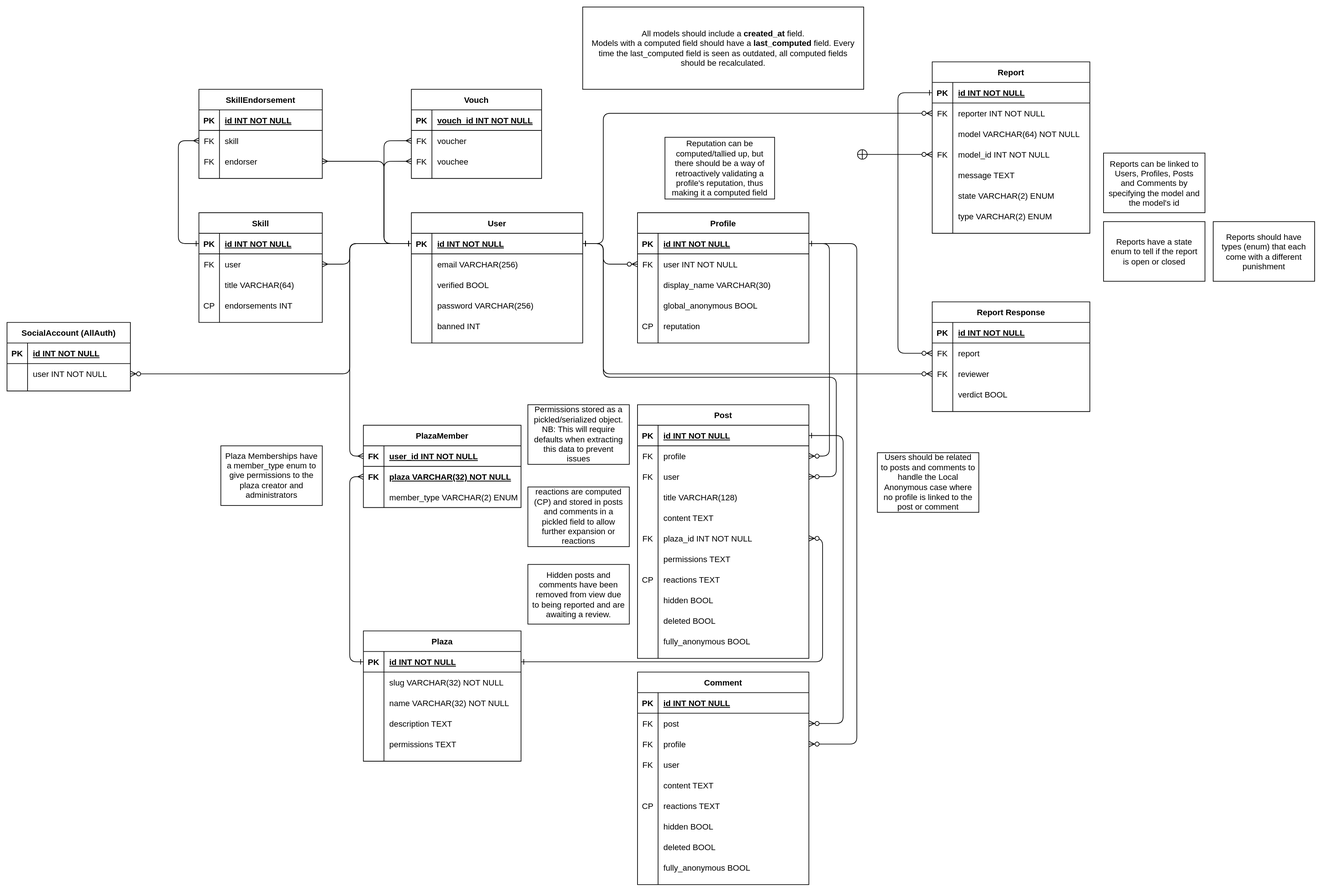
This is backend/docs/EconPlaza.svg from BenConstable9/ECMM427-Group-Development-Project-EconPlaza-Mirror, a draw.io export, as it was before one commit. Source tidied: cells renumbered, new cells last; positions are measured from the earlier drawing's top-left corner, leaving out a move shared by most shapes.
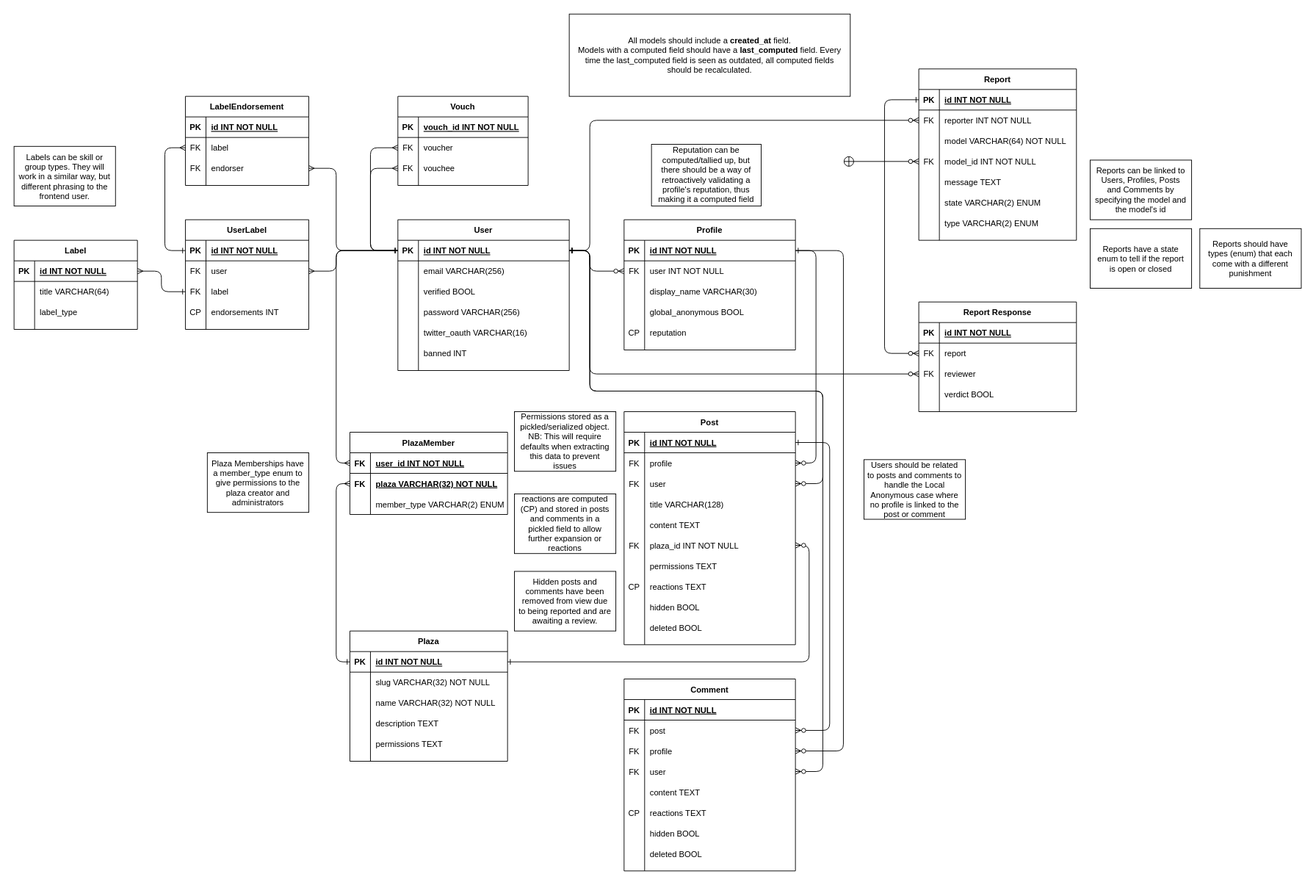
The same file after the commit.

Change to the diagram source:
```diff
@@ -62,7 +62,7 @@
       <mxGeometry x="30" width="220" height="30" as="geometry" />
     </mxCell>
     <mxCell id="20" value="Post" style="shape=table;startSize=30;rowLines=0;fontStyle=1;align=center;" parent="1" vertex="1">
-      <mxGeometry x="920" y="580" width="250" height="370" as="geometry" />
+      <mxGeometry x="920" y="580" width="250" height="340" as="geometry" />
     </mxCell>
     <mxCell id="21" style="shape=partialRectangle;fillColor=none;points=[[0,0.5],[1,0.5]];portConstraint=eastwest;top=0;left=0;right=0;bottom=1;" parent="20" vertex="1">
       <mxGeometry y="30" width="250" height="30" as="geometry" />
@@ -154,17 +154,8 @@
     <mxCell id="50" value="deleted BOOL" style="shape=partialRectangle;fillColor=none;top=0;left=0;bottom=0;right=0;align=left;spacingLeft=6;overflow=hidden;" parent="48" vertex="1">
       <mxGeometry x="30" width="220" height="30" as="geometry" />
     </mxCell>
-    <mxCell id="51" style="shape=partialRectangle;fillColor=none;top=0;left=0;bottom=0;right=0;" parent="20" vertex="1">
-      <mxGeometry y="330" width="250" height="30" as="geometry" />
-    </mxCell>
-    <mxCell id="52" style="shape=partialRectangle;fillColor=none;top=0;left=0;bottom=0;right=0;overflow=hidden;" parent="51" vertex="1">
-      <mxGeometry width="30" height="30" as="geometry" />
-    </mxCell>
-    <mxCell id="53" value="fully_anonymous BOOL" style="shape=partialRectangle;fillColor=none;top=0;left=0;bottom=0;right=0;align=left;spacingLeft=6;overflow=hidden;" parent="51" vertex="1">
-      <mxGeometry x="30" width="220" height="30" as="geometry" />
-    </mxCell>
     <mxCell id="54" value="User" style="shape=table;startSize=30;rowLines=0;fontStyle=1;align=center;" parent="1" vertex="1">
-      <mxGeometry x="590" y="300" width="250" height="190" as="geometry" />
+      <mxGeometry x="590" y="300" width="250" height="220" as="geometry" />
     </mxCell>
     <mxCell id="55" style="shape=partialRectangle;fillColor=none;points=[[0,0.5],[1,0.5]];portConstraint=eastwest;top=0;left=0;right=0;bottom=1;" parent="54" vertex="1">
       <mxGeometry y="30" width="250" height="30" as="geometry" />
@@ -202,8 +193,17 @@
     <mxCell id="66" value="password VARCHAR(256)" style="shape=partialRectangle;fillColor=none;top=0;left=0;bottom=0;right=0;align=left;spacingLeft=6;overflow=hidden;" parent="64" vertex="1">
       <mxGeometry x="30" width="220" height="30" as="geometry" />
     </mxCell>
+    <mxCell id="225" style="shape=partialRectangle;fillColor=none;top=0;left=0;bottom=0;right=0;" parent="54" vertex="1">
+      <mxGeometry y="150" width="250" height="30" as="geometry" />
+    </mxCell>
+    <mxCell id="226" style="shape=partialRectangle;fillColor=none;top=0;left=0;bottom=0;right=0;overflow=hidden;" parent="225" vertex="1">
+      <mxGeometry width="30" height="30" as="geometry" />
+    </mxCell>
+    <mxCell id="227" value="twitter_oauth VARCHAR(16)" style="shape=partialRectangle;fillColor=none;top=0;left=0;bottom=0;right=0;align=left;spacingLeft=6;overflow=hidden;" parent="225" vertex="1">
+      <mxGeometry x="30" width="220" height="30" as="geometry" />
+    </mxCell>
     <mxCell id="67" style="shape=partialRectangle;fillColor=none;top=0;left=0;bottom=0;right=0;" parent="54" vertex="1">
-      <mxGeometry y="150" width="250" height="30" as="geometry" />
+      <mxGeometry y="180" width="250" height="30" as="geometry" />
     </mxCell>
     <mxCell id="68" style="shape=partialRectangle;fillColor=none;top=0;left=0;bottom=0;right=0;overflow=hidden;" parent="67" vertex="1">
       <mxGeometry width="30" height="30" as="geometry" />
@@ -218,7 +218,7 @@
       <mxGeometry x="760" y="813" width="148" height="87" as="geometry" />
     </mxCell>
     <mxCell id="72" value="Plaza" style="shape=table;startSize=30;rowLines=0;fontStyle=1;align=center;strokeColor=default;" parent="1" vertex="1">
-      <mxGeometry x="520" y="910" width="230" height="190" as="geometry" />
+      <mxGeometry x="520" y="900" width="230" height="190" as="geometry" />
     </mxCell>
     <mxCell id="73" style="shape=partialRectangle;fillColor=none;top=0;left=0;bottom=1;right=0;points=[[0,0.5],[1,0.5]];portConstraint=eastwest;" parent="72" vertex="1">
       <mxGeometry y="30" width="230" height="30" as="geometry" />
@@ -356,7 +356,7 @@
       </mxGeometry>
     </mxCell>
     <mxCell id="113" value="Comment" style="shape=table;startSize=30;rowLines=0;fontStyle=1;align=center;strokeColor=default;" parent="1" vertex="1">
-      <mxGeometry x="920" y="970" width="250" height="310" as="geometry" />
+      <mxGeometry x="920" y="970" width="250" height="280" as="geometry" />
     </mxCell>
     <mxCell id="114" style="shape=partialRectangle;fillColor=none;top=0;left=0;bottom=1;right=0;" parent="113" vertex="1">
       <mxGeometry y="30" width="250" height="30" as="geometry" />
@@ -430,15 +430,6 @@
     <mxCell id="137" value="deleted BOOL" style="shape=partialRectangle;fillColor=none;top=0;left=0;bottom=0;right=0;align=left;spacingLeft=6;overflow=hidden;" parent="135" vertex="1">
       <mxGeometry x="30" width="220" height="30" as="geometry" />
     </mxCell>
-    <mxCell id="138" style="shape=partialRectangle;fillColor=none;top=0;left=0;bottom=0;right=0;" parent="113" vertex="1">
-      <mxGeometry y="270" width="250" height="30" as="geometry" />
-    </mxCell>
-    <mxCell id="139" style="shape=partialRectangle;fillColor=none;top=0;left=0;bottom=0;right=0;overflow=hidden;" parent="138" vertex="1">
-      <mxGeometry width="30" height="30" as="geometry" />
-    </mxCell>
-    <mxCell id="140" value="fully_anonymous BOOL" style="shape=partialRectangle;fillColor=none;top=0;left=0;bottom=0;right=0;align=left;spacingLeft=6;overflow=hidden;" parent="138" vertex="1">
-      <mxGeometry x="30" width="220" height="30" as="geometry" />
-    </mxCell>
     <mxCell id="141" style="rounded=1;jettySize=auto;html=1;exitX=1;exitY=0.5;exitDx=0;exitDy=0;entryX=1;entryY=0.5;entryDx=0;entryDy=0;startArrow=ERone;startFill=0;endArrow=ERzeroToMany;endFill=1;edgeStyle=elbowEdgeStyle;" parent="1" edge="1" source="21" target="117">
       <mxGeometry relative="1" as="geometry">
         <Array as="points">
@@ -529,7 +520,7 @@
       <mxGeometry x="1600" y="313" width="148" height="87" as="geometry" />
     </mxCell>
     <mxCell id="168" value="Report Response" style="shape=table;startSize=30;rowLines=0;fontStyle=1;align=center;strokeColor=default;" parent="1" vertex="1">
-      <mxGeometry x="1350" y="430" width="230" height="160" as="geometry" />
+      <mxGeometry x="1350" y="420" width="230" height="160" as="geometry" />
     </mxCell>
     <mxCell id="169" style="shape=partialRectangle;fillColor=none;top=0;left=0;bottom=1;right=0;" parent="168" vertex="1">
       <mxGeometry y="30" width="230" height="30" as="geometry" />
@@ -584,7 +575,7 @@
     <mxCell id="183" value="Reports should have types (enum) that each come with a different punishment" style="text;html=1;strokeColor=default;fillColor=none;align=center;verticalAlign=middle;whiteSpace=wrap;rounded=0;perimeterSpacing=0;spacingTop=5;spacingBottom=5;spacing=6;" parent="1" vertex="1">
       <mxGeometry x="1760" y="313" width="148" height="87" as="geometry" />
     </mxCell>
-    <mxCell id="184" value="Skill" style="shape=table;startSize=30;rowLines=0;fontStyle=1;align=center;strokeColor=default;" parent="1" vertex="1">
+    <mxCell id="184" value="UserLabel" style="shape=table;startSize=30;rowLines=0;fontStyle=1;align=center;strokeColor=default;" parent="1" vertex="1">
       <mxGeometry x="280" y="300" width="180" height="160" as="geometry" />
     </mxCell>
     <mxCell id="185" style="shape=partialRectangle;fillColor=none;top=0;left=0;bottom=1;right=0;points=[[0,0.5],[1,0.5]];portConstraint=eastwest;" parent="184" vertex="1">
@@ -608,10 +599,10 @@
     <mxCell id="191" style="shape=partialRectangle;fillColor=none;top=0;left=0;bottom=0;right=0;points=[[0,0.5],[1,0.5]];portConstraint=eastwest;" parent="184" vertex="1">
       <mxGeometry y="90" width="180" height="30" as="geometry" />
     </mxCell>
-    <mxCell id="192" style="shape=partialRectangle;fillColor=none;top=0;left=0;bottom=0;right=0;overflow=hidden;" parent="191" vertex="1">
+    <mxCell id="192" value="FK" style="shape=partialRectangle;fillColor=none;top=0;left=0;bottom=0;right=0;overflow=hidden;" parent="191" vertex="1">
       <mxGeometry width="30" height="30" as="geometry" />
     </mxCell>
-    <mxCell id="193" value="title VARCHAR(64)" style="shape=partialRectangle;fillColor=none;top=0;left=0;bottom=0;right=0;align=left;spacingLeft=6;overflow=hidden;" parent="191" vertex="1">
+    <mxCell id="193" value="label" style="shape=partialRectangle;fillColor=none;top=0;left=0;bottom=0;right=0;align=left;spacingLeft=6;overflow=hidden;" parent="191" vertex="1">
       <mxGeometry x="30" width="150" height="30" as="geometry" />
     </mxCell>
     <mxCell id="194" style="shape=partialRectangle;fillColor=none;top=0;left=0;bottom=0;right=0;" parent="184" vertex="1">
@@ -630,7 +621,7 @@
         </Array>
       </mxGeometry>
     </mxCell>
-    <mxCell id="198" value="SkillEndorsement" style="shape=table;startSize=30;rowLines=0;fontStyle=1;align=center;strokeColor=default;" parent="1" vertex="1">
+    <mxCell id="198" value="LabelEndorsement" style="shape=table;startSize=30;rowLines=0;fontStyle=1;align=center;strokeColor=default;" parent="1" vertex="1">
       <mxGeometry x="280" y="120" width="180" height="130" as="geometry" />
     </mxCell>
     <mxCell id="199" style="shape=partialRectangle;fillColor=none;top=0;left=0;bottom=1;right=0;" parent="198" vertex="1">
@@ -648,7 +639,7 @@
     <mxCell id="203" value="FK" style="shape=partialRectangle;fillColor=none;top=0;left=0;bottom=0;right=0;overflow=hidden;" parent="202" vertex="1">
       <mxGeometry width="30" height="30" as="geometry" />
     </mxCell>
-    <mxCell id="204" value="skill" style="shape=partialRectangle;fillColor=none;top=0;left=0;bottom=0;right=0;align=left;spacingLeft=6;overflow=hidden;" parent="202" vertex="1">
+    <mxCell id="204" value="label" style="shape=partialRectangle;fillColor=none;top=0;left=0;bottom=0;right=0;align=left;spacingLeft=6;overflow=hidden;" parent="202" vertex="1">
       <mxGeometry x="30" width="150" height="30" as="geometry" />
     </mxCell>
     <mxCell id="205" style="shape=partialRectangle;fillColor=none;top=0;left=0;bottom=0;right=0;points=[[0,0.5],[1,0.5]];portConstraint=eastwest;" parent="198" vertex="1">
@@ -660,7 +651,7 @@
     <mxCell id="207" value="endorser" style="shape=partialRectangle;fillColor=none;top=0;left=0;bottom=0;right=0;align=left;spacingLeft=6;overflow=hidden;" parent="205" vertex="1">
       <mxGeometry x="30" width="150" height="30" as="geometry" />
     </mxCell>
-    <mxCell id="208" style="edgeStyle=elbowEdgeStyle;rounded=1;jettySize=auto;html=1;exitX=0;exitY=0.5;exitDx=0;exitDy=0;entryX=0;entryY=0.5;entryDx=0;entryDy=0;startArrow=ERmany;startFill=0;endArrow=ERone;endFill=0;" parent="1" edge="1" source="202" target="185">
+    <mxCell id="208" style="edgeStyle=elbowEdgeStyle;rounded=1;jettySize=auto;html=1;exitX=0;exitY=0.5;exitDx=0;exitDy=0;startArrow=ERmany;startFill=0;endArrow=ERone;endFill=0;entryX=0;entryY=0.5;entryDx=0;entryDy=0;" parent="1" edge="1" source="202" target="185">
       <mxGeometry relative="1" as="geometry">
         <Array as="points">
           <mxPoint x="250" y="270" />
@@ -670,7 +661,7 @@
     <mxCell id="209" style="edgeStyle=elbowEdgeStyle;rounded=1;jettySize=auto;html=1;exitX=1;exitY=0.5;exitDx=0;exitDy=0;entryX=0;entryY=0.5;entryDx=0;entryDy=0;startArrow=ERmany;startFill=0;endArrow=ERone;endFill=0;" parent="1" edge="1" source="205" target="55">
       <mxGeometry relative="1" as="geometry">
         <Array as="points">
-          <mxPoint x="550" y="290" />
+          <mxPoint x="500" y="290" />
         </Array>
       </mxGeometry>
     </mxCell>
@@ -678,8 +669,8 @@
       <mxGeometry relative="1" as="geometry">
         <Array as="points">
           <mxPoint x="870" y="345" />
-          <mxPoint x="870" y="540" />
-          <mxPoint x="1210" y="540" />
+          <mxPoint x="870" y="550" />
+          <mxPoint x="1210" y="550" />
           <mxPoint x="1210" y="685" />
         </Array>
       </mxGeometry>
@@ -709,10 +700,10 @@
     <mxCell id="216" value="Reputation can be computed/tallied up, but there should be a way of retroactively validating a profile's reputation, thus making it a computed field" style="text;html=1;strokeColor=default;fillColor=none;align=center;verticalAlign=middle;whiteSpace=wrap;rounded=0;perimeterSpacing=0;spacingTop=5;spacingBottom=5;spacing=6;" parent="1" vertex="1">
       <mxGeometry x="960" y="190" width="160" height="90" as="geometry" />
     </mxCell>
-    <mxCell id="217" value="SocialAccount (AllAuth)" style="shape=table;startSize=30;rowLines=0;fontStyle=1;align=center;strokeColor=default;" parent="1" vertex="1">
-      <mxGeometry y="460" width="180" height="100" as="geometry" />
-    </mxCell>
+    <mxCell id="228" value="Label" style="shape=table;startSize=30;rowLines=0;fontStyle=1;align=center;strokeColor=default;" parent="1" vertex="1">
+      <mxGeometry x="30" y="330" width="180" height="130" as="geometry" />
+    </mxCell>
-    <mxCell id="218" style="shape=partialRectangle;fillColor=none;top=0;left=0;bottom=1;right=0;points=[[0,0.5],[1,0.5]];portConstraint=eastwest;" parent="217" vertex="1">
+    <mxCell id="218" style="shape=partialRectangle;fillColor=none;top=0;left=0;bottom=1;right=0;points=[[0,0.5],[1,0.5]];portConstraint=eastwest;" parent="228" vertex="1">
       <mxGeometry y="30" width="180" height="30" as="geometry" />
     </mxCell>
     <mxCell id="219" value="PK" style="shape=partialRectangle;fillColor=none;top=0;left=0;bottom=0;right=0;fontStyle=1;overflow=hidden;" parent="218" vertex="1">
@@ -721,22 +712,39 @@
     <mxCell id="220" value="id INT NOT NULL" style="shape=partialRectangle;fillColor=none;top=0;left=0;bottom=0;right=0;align=left;spacingLeft=6;fontStyle=5;overflow=hidden;" parent="218" vertex="1">
       <mxGeometry x="30" width="150" height="30" as="geometry" />
     </mxCell>
-    <mxCell id="221" style="shape=partialRectangle;fillColor=none;top=0;left=0;bottom=0;right=0;points=[[0,0.5],[1,0.5]];portConstraint=eastwest;" parent="217" vertex="1">
+    <mxCell id="221" style="shape=partialRectangle;fillColor=none;top=0;left=0;bottom=0;right=0;points=[[0,0.5],[1,0.5]];portConstraint=eastwest;" parent="228" vertex="1">
       <mxGeometry y="60" width="180" height="30" as="geometry" />
     </mxCell>
-    <mxCell id="222" style="shape=partialRectangle;fillColor=none;top=0;left=0;bottom=0;right=0;overflow=hidden;" parent="221" vertex="1">
-      <mxGeometry width="30" height="30" as="geometry" />
-    </mxCell>
-    <mxCell id="223" value="user INT NOT NULL" style="shape=partialRectangle;fillColor=none;top=0;left=0;bottom=0;right=0;align=left;spacingLeft=6;overflow=hidden;" parent="221" vertex="1">
-      <mxGeometry x="30" width="150" height="30" as="geometry" />
-    </mxCell>
-    <mxCell id="224" style="edgeStyle=orthogonalEdgeStyle;rounded=1;jettySize=auto;html=1;exitX=1;exitY=0.5;exitDx=0;exitDy=0;entryX=0;entryY=0.5;entryDx=0;entryDy=0;startArrow=ERzeroToMany;startFill=1;endArrow=ERone;endFill=0;" parent="1" edge="1" source="221" target="55">
-      <mxGeometry relative="1" as="geometry">
-        <Array as="points">
-          <mxPoint x="500" y="535" />
-          <mxPoint x="500" y="345" />
-        </Array>
-      </mxGeometry>
-    </mxCell>
+    <mxCell id="229" style="shape=partialRectangle;fillColor=none;top=0;left=0;bottom=0;right=0;overflow=hidden;" parent="221" vertex="1">
+      <mxGeometry width="30" height="30" as="geometry" />
+    </mxCell>
+    <mxCell id="230" value="title VARCHAR(64)" style="shape=partialRectangle;fillColor=none;top=0;left=0;bottom=0;right=0;align=left;spacingLeft=6;overflow=hidden;" parent="221" vertex="1">
+      <mxGeometry x="30" width="150" height="30" as="geometry" />
+    </mxCell>
+    <mxCell id="231" style="shape=partialRectangle;fillColor=none;top=0;left=0;bottom=0;right=0;" parent="228" vertex="1">
+      <mxGeometry y="90" width="180" height="30" as="geometry" />
+    </mxCell>
+    <mxCell id="232" style="shape=partialRectangle;fillColor=none;top=0;left=0;bottom=0;right=0;overflow=hidden;" parent="231" vertex="1">
+      <mxGeometry width="30" height="30" as="geometry" />
+    </mxCell>
+    <mxCell id="233" value="label_type" style="shape=partialRectangle;fillColor=none;top=0;left=0;bottom=0;right=0;align=left;spacingLeft=6;overflow=hidden;" parent="231" vertex="1">
+      <mxGeometry x="30" width="150" height="30" as="geometry" />
+    </mxCell>
+    <mxCell id="234" style="edgeStyle=orthogonalEdgeStyle;rounded=1;jettySize=auto;html=1;exitX=1;exitY=0.5;exitDx=0;exitDy=0;entryX=0;entryY=0.5;entryDx=0;entryDy=0;endArrow=ERone;endFill=0;startArrow=ERmany;startFill=0;strokeColor=default;" parent="1" edge="1" source="218" target="191">
+      <mxGeometry relative="1" as="geometry" />
+    </mxCell>
+    <mxCell id="235" value="Labels can be skill or group types. They will work in a similar way, but different phrasing to the frontend user." style="text;html=1;strokeColor=default;fillColor=none;align=center;verticalAlign=middle;whiteSpace=wrap;rounded=0;perimeterSpacing=0;spacingTop=5;spacingBottom=5;spacing=6;" parent="1" vertex="1">
+      <mxGeometry x="30" y="193" width="148" height="87" as="geometry" />
+    </mxCell>
+    <mxCell id="236" style="edgeStyle=orthogonalEdgeStyle;rounded=1;jettySize=auto;html=1;exitX=1;exitY=0.5;exitDx=0;exitDy=0;startArrow=ERzeroToMany;startFill=1;endArrow=ERone;endFill=0;strokeColor=default;entryX=1;entryY=0.5;entryDx=0;entryDy=0;" parent="1" edge="1" source="123" target="55">
+      <mxGeometry relative="1" as="geometry">
+        <Array as="points">
+          <mxPoint x="1210" y="1105" />
+          <mxPoint x="1210" y="550" />
+          <mxPoint x="870" y="550" />
+          <mxPoint x="870" y="345" />
+        </Array>
+      </mxGeometry>
+    </mxCell>
   </root>
 </mxGraphModel>
```
